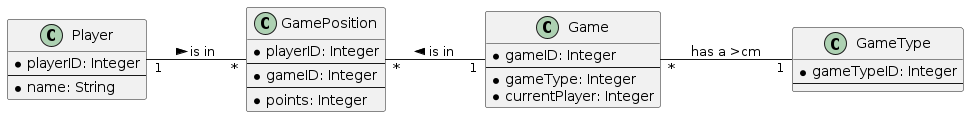
Above: images/diagram-classes.png in 2223-3bhif-syp/Dart-Scoring-App (PlantUML), before the change.
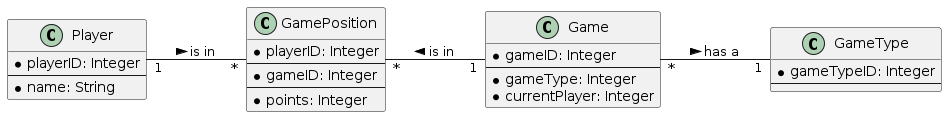
Later version of the same file.

What changed in the source:
```diff
@@ -29,6 +29,6 @@
 
 Player "1"--"*" GamePosition : is in >
 GamePosition "*"--"1" Game : is in <
-Game "*"--"1" GameType : has a >cm
+Game "*"--"1" GameType : has a >
 
 @enduml
```
